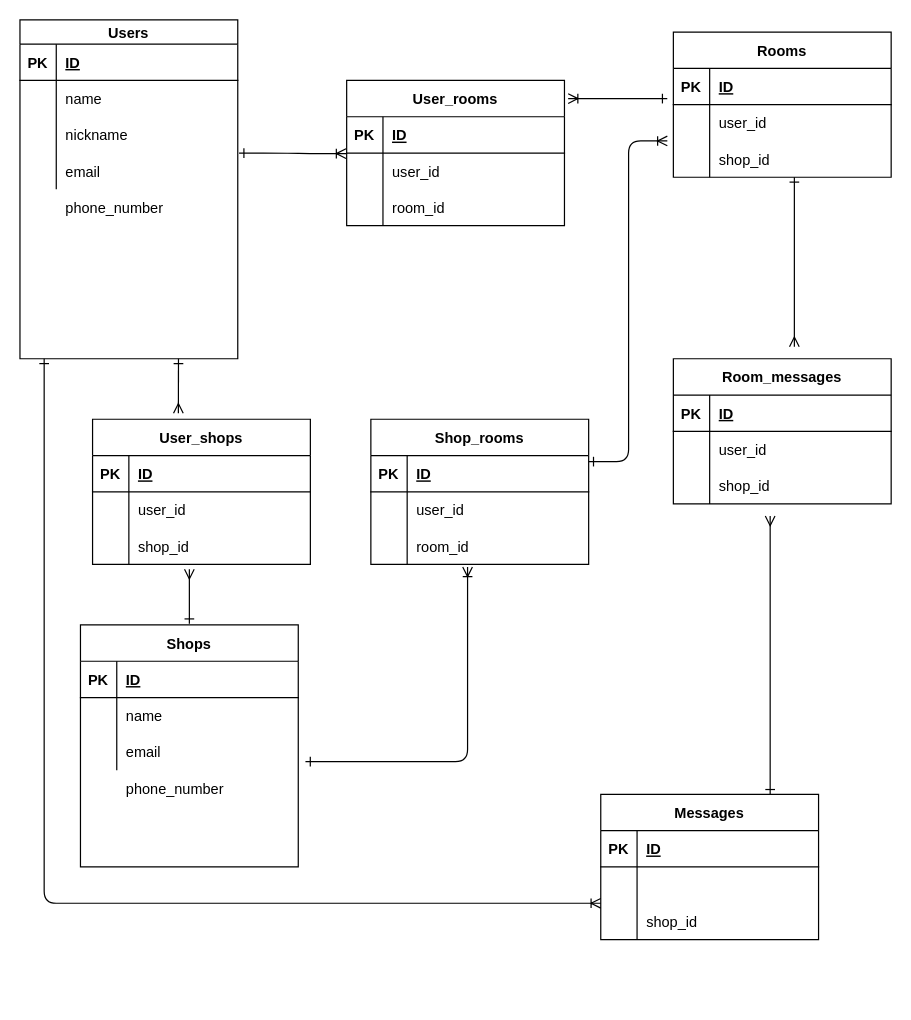
This is ikitsuke.dio from taip315/aketate, a draw.io file, before an edit. Source tidied: cells renumbered, new cells numbered last; positions are measured from the earlier drawing's top-left corner, leaving out a move shared by most shapes. Both pictures are drawn from the tidied source at 121%, with x=0, y=0 at pixel (19, 19).
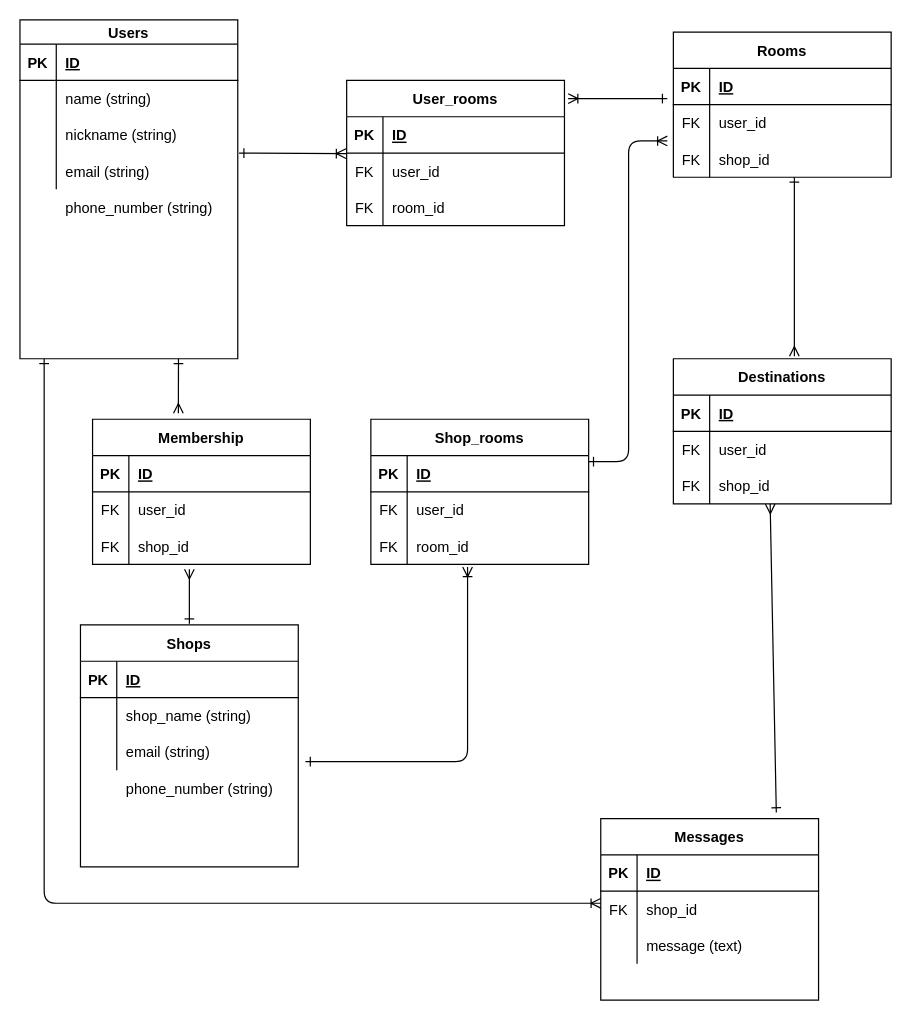
The same diagram, later.

The change refers to these unchanged cells:
```xml
<mxCell id="6" style="shape=partialRectangle;fillColor=none;top=0;left=0;bottom=0;right=0;" parent="2" vertex="1">
  <mxGeometry y="60" width="180" height="30" as="geometry" />
</mxCell>
<mxCell id="9" style="shape=partialRectangle;fillColor=none;top=0;left=0;bottom=0;right=0;" parent="2" vertex="1">
  <mxGeometry y="90" width="180" height="30" as="geometry" />
</mxCell>
<mxCell id="17" style="shape=partialRectangle;fillColor=none;top=0;left=0;bottom=0;right=0;" parent="13" vertex="1">
  <mxGeometry y="60" width="180" height="30" as="geometry" />
</mxCell>
<mxCell id="20" style="shape=partialRectangle;fillColor=none;top=0;left=0;bottom=0;right=0;" parent="13" vertex="1">
  <mxGeometry y="90" width="180" height="30" as="geometry" />
</mxCell>
<mxCell id="27" style="shape=partialRectangle;fillColor=none;top=0;left=0;bottom=0;right=0;" parent="23" vertex="1">
  <mxGeometry y="60" width="180" height="30" as="geometry" />
</mxCell>
<mxCell id="30" style="shape=partialRectangle;fillColor=none;top=0;left=0;bottom=0;right=0;points=[[0,0.5],[1,0.5]];portConstraint=eastwest;" parent="23" vertex="1">
  <mxGeometry y="90" width="180" height="30" as="geometry" />
</mxCell>
<mxCell id="36" style="shape=partialRectangle;fillColor=none;top=0;left=0;bottom=1;right=0;points=[[0,0.5],[1,0.5]];portConstraint=eastwest;" parent="35" vertex="1">
  <mxGeometry y="30" width="180" height="30" as="geometry" />
</mxCell>
<mxCell id="39" style="shape=partialRectangle;fillColor=none;top=0;left=0;bottom=0;right=0;" parent="35" vertex="1">
  <mxGeometry y="60" width="180" height="30" as="geometry" />
</mxCell>
<mxCell id="42" style="shape=partialRectangle;fillColor=none;top=0;left=0;bottom=0;right=0;" parent="35" vertex="1">
  <mxGeometry y="90" width="180" height="30" as="geometry" />
</mxCell>
<mxCell id="49" style="shape=partialRectangle;fillColor=none;top=0;left=0;bottom=0;right=0;" parent="45" vertex="1">
  <mxGeometry y="50" width="180" height="30" as="geometry" />
</mxCell>
<mxCell id="52" style="shape=partialRectangle;fillColor=none;top=0;left=0;bottom=0;right=0;" parent="45" vertex="1">
  <mxGeometry y="80" width="180" height="30" as="geometry" />
</mxCell>
<mxCell id="55" style="shape=partialRectangle;fillColor=none;top=0;left=0;bottom=0;right=0;points=[[0,0.5],[1,0.5]];portConstraint=eastwest;" parent="45" vertex="1">
  <mxGeometry y="110" width="180" height="30" as="geometry" />
</mxCell>
<mxCell id="62" style="shape=partialRectangle;fillColor=none;top=0;left=0;bottom=0;right=0;" parent="58" vertex="1">
  <mxGeometry y="60" width="180" height="30" as="geometry" />
</mxCell>
<mxCell id="65" style="shape=partialRectangle;fillColor=none;top=0;left=0;bottom=0;right=0;points=[[0,0.5],[1,0.5]];portConstraint=eastwest;" parent="58" vertex="1">
  <mxGeometry y="90" width="180" height="30" as="geometry" />
</mxCell>
<mxCell id="82" style="shape=partialRectangle;fillColor=none;top=0;left=0;bottom=0;right=0;" parent="78" vertex="1">
  <mxGeometry y="60" width="180" height="30" as="geometry" />
</mxCell>
<mxCell id="85" style="shape=partialRectangle;fillColor=none;top=0;left=0;bottom=0;right=0;" parent="78" vertex="1">
  <mxGeometry y="90" width="180" height="30" as="geometry" />
</mxCell>
```

What changed in the source:
```diff
@@
-    <mxCell id="7" style="shape=partialRectangle;fillColor=none;top=0;left=0;bottom=0;right=0;overflow=hidden;" parent="6" vertex="1">
+    <mxCell id="7" value="FK" style="shape=partialRectangle;fillColor=none;top=0;left=0;bottom=0;right=0;overflow=hidden;" parent="6" vertex="1">
       <mxGeometry width="30" height="30" as="geometry" />
     </mxCell>
@@
-    <mxCell id="10" style="shape=partialRectangle;fillColor=none;top=0;left=0;bottom=0;right=0;overflow=hidden;" parent="9" vertex="1">
+    <mxCell id="10" value="FK" style="shape=partialRectangle;fillColor=none;top=0;left=0;bottom=0;right=0;overflow=hidden;" parent="9" vertex="1">
       <mxGeometry width="30" height="30" as="geometry" />
     </mxCell>
@@
-    <mxCell id="12" value="phone_number" style="shape=partialRectangle;fillColor=none;top=0;left=0;bottom=0;right=0;align=left;spacingLeft=6;overflow=hidden;" parent="1" vertex="1">
+    <mxCell id="12" value="phone_number (string)" style="shape=partialRectangle;fillColor=none;top=0;left=0;bottom=0;right=0;align=left;spacingLeft=6;overflow=hidden;" parent="1" vertex="1">
       <mxGeometry x="30" y="140" width="150" height="30" as="geometry" />
     </mxCell>
-    <mxCell id="13" value="User_shops" style="shape=table;startSize=30;childLayout=tableLayout;rowLines=0;fontStyle=1;align=center;" parent="1" vertex="1">
+    <mxCell id="13" value="Membership" style="shape=table;startSize=30;childLayout=tableLayout;rowLines=0;fontStyle=1;align=center;" parent="1" vertex="1">
       <mxGeometry x="60" y="330" width="180" height="120" as="geometry" />
     </mxCell>
@@
-    <mxCell id="18" style="shape=partialRectangle;fillColor=none;top=0;left=0;bottom=0;right=0;overflow=hidden;" parent="17" vertex="1">
+    <mxCell id="18" value="FK" style="shape=partialRectangle;fillColor=none;top=0;left=0;bottom=0;right=0;overflow=hidden;" parent="17" vertex="1">
       <mxGeometry width="30" height="30" as="geometry" />
     </mxCell>
@@
-    <mxCell id="21" style="shape=partialRectangle;fillColor=none;top=0;left=0;bottom=0;right=0;overflow=hidden;" parent="20" vertex="1">
+    <mxCell id="21" value="FK" style="shape=partialRectangle;fillColor=none;top=0;left=0;bottom=0;right=0;overflow=hidden;" parent="20" vertex="1">
       <mxGeometry width="30" height="30" as="geometry" />
     </mxCell>
@@
-    <mxCell id="29" value="name" style="shape=partialRectangle;fillColor=none;top=0;left=0;bottom=0;right=0;align=left;spacingLeft=6;overflow=hidden;" parent="27" vertex="1">
+    <mxCell id="29" value="shop_name (string)" style="shape=partialRectangle;fillColor=none;top=0;left=0;bottom=0;right=0;align=left;spacingLeft=6;overflow=hidden;" parent="27" vertex="1">
       <mxGeometry x="30" width="150" height="30" as="geometry" />
     </mxCell>
@@
-    <mxCell id="32" value="email" style="shape=partialRectangle;fillColor=none;top=0;left=0;bottom=0;right=0;align=left;spacingLeft=6;overflow=hidden;" parent="30" vertex="1">
+    <mxCell id="32" value="email (string)" style="shape=partialRectangle;fillColor=none;top=0;left=0;bottom=0;right=0;align=left;spacingLeft=6;overflow=hidden;" parent="30" vertex="1">
       <mxGeometry x="30" width="150" height="30" as="geometry" />
     </mxCell>
-    <mxCell id="33" value="phone_number" style="shape=partialRectangle;fillColor=none;top=0;left=0;bottom=0;right=0;align=left;spacingLeft=6;overflow=hidden;" parent="1" vertex="1">
+    <mxCell id="33" value="phone_number (string)" style="shape=partialRectangle;fillColor=none;top=0;left=0;bottom=0;right=0;align=left;spacingLeft=6;overflow=hidden;" parent="1" vertex="1">
       <mxGeometry x="80" y="620" width="150" height="30" as="geometry" />
     </mxCell>
@@
-    <mxCell id="40" style="shape=partialRectangle;fillColor=none;top=0;left=0;bottom=0;right=0;overflow=hidden;" parent="39" vertex="1">
+    <mxCell id="40" value="FK" style="shape=partialRectangle;fillColor=none;top=0;left=0;bottom=0;right=0;overflow=hidden;" parent="39" vertex="1">
       <mxGeometry width="30" height="30" as="geometry" />
     </mxCell>
@@
-    <mxCell id="43" style="shape=partialRectangle;fillColor=none;top=0;left=0;bottom=0;right=0;overflow=hidden;" parent="42" vertex="1">
+    <mxCell id="43" value="FK" style="shape=partialRectangle;fillColor=none;top=0;left=0;bottom=0;right=0;overflow=hidden;" parent="42" vertex="1">
       <mxGeometry width="30" height="30" as="geometry" />
     </mxCell>
@@
-    <mxCell id="51" value="name" style="shape=partialRectangle;fillColor=none;top=0;left=0;bottom=0;right=0;align=left;spacingLeft=6;overflow=hidden;" parent="49" vertex="1">
+    <mxCell id="51" value="name (string)" style="shape=partialRectangle;fillColor=none;top=0;left=0;bottom=0;right=0;align=left;spacingLeft=6;overflow=hidden;" parent="49" vertex="1">
       <mxGeometry x="30" width="150" height="30" as="geometry" />
     </mxCell>
@@
-    <mxCell id="54" value="nickname" style="shape=partialRectangle;fillColor=none;top=0;left=0;bottom=0;right=0;align=left;spacingLeft=6;overflow=hidden;" parent="52" vertex="1">
+    <mxCell id="54" value="nickname (string)" style="shape=partialRectangle;fillColor=none;top=0;left=0;bottom=0;right=0;align=left;spacingLeft=6;overflow=hidden;" parent="52" vertex="1">
       <mxGeometry x="30" width="150" height="30" as="geometry" />
     </mxCell>
@@
-    <mxCell id="57" value="email" style="shape=partialRectangle;fillColor=none;top=0;left=0;bottom=0;right=0;align=left;spacingLeft=6;overflow=hidden;" parent="55" vertex="1">
+    <mxCell id="57" value="email (string)" style="shape=partialRectangle;fillColor=none;top=0;left=0;bottom=0;right=0;align=left;spacingLeft=6;overflow=hidden;" parent="55" vertex="1">
       <mxGeometry x="30" width="150" height="30" as="geometry" />
     </mxCell>
@@
-    <mxCell id="63" style="shape=partialRectangle;fillColor=none;top=0;left=0;bottom=0;right=0;overflow=hidden;" parent="62" vertex="1">
+    <mxCell id="63" value="FK" style="shape=partialRectangle;fillColor=none;top=0;left=0;bottom=0;right=0;overflow=hidden;" parent="62" vertex="1">
       <mxGeometry width="30" height="30" as="geometry" />
     </mxCell>
@@
-    <mxCell id="66" style="shape=partialRectangle;fillColor=none;top=0;left=0;bottom=0;right=0;overflow=hidden;" parent="65" vertex="1">
+    <mxCell id="66" value="FK" style="shape=partialRectangle;fillColor=none;top=0;left=0;bottom=0;right=0;overflow=hidden;" parent="65" vertex="1">
       <mxGeometry width="30" height="30" as="geometry" />
     </mxCell>
@@
     <mxCell id="68" value="Messages" style="shape=table;startSize=30;childLayout=tableLayout;rowLines=0;fontStyle=1;align=center;" parent="1" vertex="1">
-      <mxGeometry x="480" y="640" width="180" height="120" as="geometry" />
+      <mxGeometry x="480" y="660" width="180" height="150" as="geometry" />
     </mxCell>
@@
+    <mxCell id="75" style="shape=partialRectangle;fillColor=none;top=0;left=0;bottom=0;right=0;" parent="68" vertex="1">
+      <mxGeometry y="60" width="180" height="30" as="geometry" />
+    </mxCell>
+    <mxCell id="76" value="FK" style="shape=partialRectangle;fillColor=none;top=0;left=0;bottom=0;right=0;overflow=hidden;" parent="75" vertex="1">
+      <mxGeometry width="30" height="30" as="geometry" />
+    </mxCell>
+    <mxCell id="77" value="shop_id" style="shape=partialRectangle;fillColor=none;top=0;left=0;bottom=0;right=0;align=left;spacingLeft=6;overflow=hidden;" parent="75" vertex="1">
+      <mxGeometry x="30" width="150" height="30" as="geometry" />
+    </mxCell>
     <mxCell id="72" style="shape=partialRectangle;fillColor=none;top=0;left=0;bottom=0;right=0;" parent="68" vertex="1">
-      <mxGeometry y="60" width="180" height="30" as="geometry" />
+      <mxGeometry y="90" width="180" height="30" as="geometry" />
     </mxCell>
@@
-    <mxCell id="74" style="shape=partialRectangle;fillColor=none;top=0;left=0;bottom=0;right=0;align=left;spacingLeft=6;overflow=hidden;" parent="72" vertex="1">
+    <mxCell id="74" value="message (text)" style="shape=partialRectangle;fillColor=none;top=0;left=0;bottom=0;right=0;align=left;spacingLeft=6;overflow=hidden;" parent="72" vertex="1">
       <mxGeometry x="30" width="150" height="30" as="geometry" />
     </mxCell>
-    <mxCell id="75" style="shape=partialRectangle;fillColor=none;top=0;left=0;bottom=0;right=0;" parent="68" vertex="1">
-      <mxGeometry y="90" width="180" height="30" as="geometry" />
-    </mxCell>
-    <mxCell id="76" style="shape=partialRectangle;fillColor=none;top=0;left=0;bottom=0;right=0;overflow=hidden;" parent="75" vertex="1">
-      <mxGeometry width="30" height="30" as="geometry" />
-    </mxCell>
-    <mxCell id="77" value="shop_id" style="shape=partialRectangle;fillColor=none;top=0;left=0;bottom=0;right=0;align=left;spacingLeft=6;overflow=hidden;" parent="75" vertex="1">
-      <mxGeometry x="30" width="150" height="30" as="geometry" />
-    </mxCell>
-    <mxCell id="78" value="Room_messages" style="shape=table;startSize=30;childLayout=tableLayout;rowLines=0;fontStyle=1;align=center;" parent="1" vertex="1">
+    <mxCell id="78" value="Destinations" style="shape=table;startSize=30;childLayout=tableLayout;rowLines=0;fontStyle=1;align=center;" parent="1" vertex="1">
       <mxGeometry x="540" y="280" width="180" height="120" as="geometry" />
     </mxCell>
@@
-    <mxCell id="83" style="shape=partialRectangle;fillColor=none;top=0;left=0;bottom=0;right=0;overflow=hidden;" parent="82" vertex="1">
+    <mxCell id="83" value="FK" style="shape=partialRectangle;fillColor=none;top=0;left=0;bottom=0;right=0;overflow=hidden;" parent="82" vertex="1">
       <mxGeometry width="30" height="30" as="geometry" />
     </mxCell>
@@
-    <mxCell id="86" style="shape=partialRectangle;fillColor=none;top=0;left=0;bottom=0;right=0;overflow=hidden;" parent="85" vertex="1">
+    <mxCell id="86" value="FK" style="shape=partialRectangle;fillColor=none;top=0;left=0;bottom=0;right=0;overflow=hidden;" parent="85" vertex="1">
       <mxGeometry width="30" height="30" as="geometry" />
     </mxCell>
@@
-    <mxCell id="89" style="edgeStyle=entityRelationEdgeStyle;fontSize=12;html=1;endArrow=ERoneToMany;entryX=-0.003;entryY=1.015;entryDx=0;entryDy=0;entryPerimeter=0;startArrow=ERone;startFill=0;exitX=1.006;exitY=0;exitDx=0;exitDy=0;exitPerimeter=0;" parent="1" edge="1" source="55" target="36">
+    <mxCell id="89" style="fontSize=12;html=1;endArrow=ERoneToMany;entryX=-0.003;entryY=1.015;entryDx=0;entryDy=0;entryPerimeter=0;startArrow=ERone;startFill=0;exitX=1.006;exitY=0;exitDx=0;exitDy=0;exitPerimeter=0;" parent="1" edge="1" source="55" target="36">
       <mxGeometry relative="1" as="geometry" />
     </mxCell>
@@
-    <mxCell id="95" style="edgeStyle=elbowEdgeStyle;fontSize=12;html=1;endArrow=ERone;startArrow=ERmany;startFill=0;endFill=0;" parent="1" edge="1">
+    <mxCell id="95" style="fontSize=12;html=1;endArrow=ERone;startArrow=ERmany;startFill=0;endFill=0;elbow=vertical;" parent="1" edge="1">
       <mxGeometry relative="1" as="geometry">
-        <mxPoint x="640" y="270" as="sourcePoint" />
+        <mxPoint x="640" y="278" as="sourcePoint" />
         <mxPoint x="640" y="130" as="targetPoint" />
-        <Array as="points">
-          <mxPoint x="640" y="160" />
-        </Array>
       </mxGeometry>
     </mxCell>
-    <mxCell id="96" style="edgeStyle=elbowEdgeStyle;fontSize=12;html=1;endArrow=ERmany;startArrow=ERone;startFill=0;endFill=0;entryX=0.778;entryY=1.1;entryDx=0;entryDy=0;entryPerimeter=0;" parent="1" edge="1">
+    <mxCell id="96" style="fontSize=12;html=1;endArrow=ERmany;startArrow=ERone;startFill=0;endFill=0;entryX=0.778;entryY=1.1;entryDx=0;entryDy=0;entryPerimeter=0;exitX=0.806;exitY=-0.033;exitDx=0;exitDy=0;exitPerimeter=0;" parent="1" edge="1" source="68">
       <mxGeometry relative="1" as="geometry">
-        <mxPoint x="620" y="640" as="sourcePoint" />
-        <mxPoint x="620" y="410" as="targetPoint" />
-        <Array as="points">
-          <mxPoint x="620" y="447" />
-        </Array>
+        <mxPoint x="620" y="400" as="targetPoint" />
       </mxGeometry>
     </mxCell>
```
